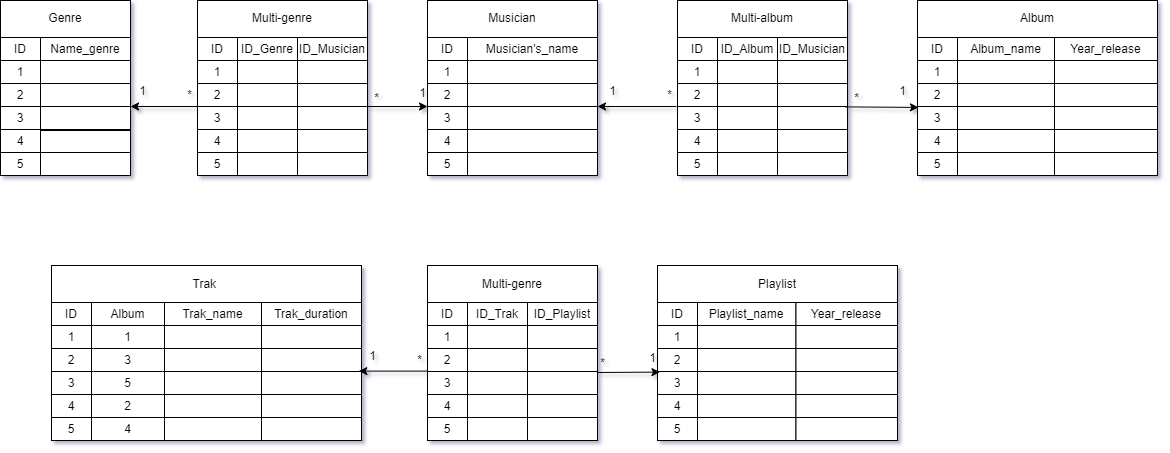
Before: Введение в БД. Типы БД.drawio.png, a diagram exported from draw.io (IvanAleynikov/open_fale). Source tidied: cells renumbered, new cells last; positions are measured from the earlier drawing's top-left corner, leaving out a move shared by most shapes.
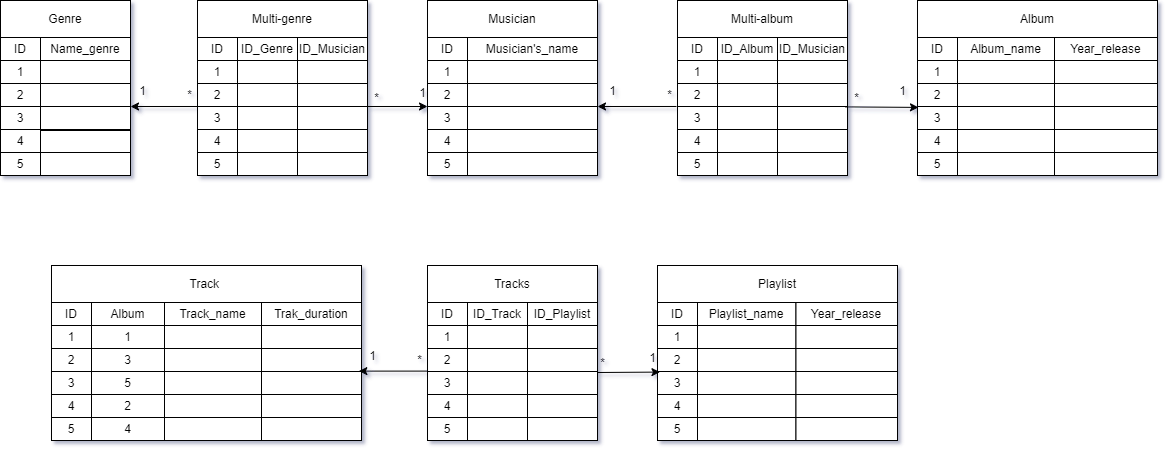
Above is the later version.

Change to the diagram source:
```diff
@@ -101,7 +101,7 @@
     <mxCell id="34" style="rounded=0;whiteSpace=wrap;html=1;" parent="1" vertex="1">
       <mxGeometry x="957" y="152" width="97" height="23" as="geometry" />
     </mxCell>
-    <mxCell id="35" value="Trak&amp;nbsp;" style="rounded=0;whiteSpace=wrap;html=1;" parent="1" vertex="1">
+    <mxCell id="35" value="Track&amp;nbsp;" style="rounded=0;whiteSpace=wrap;html=1;" parent="1" vertex="1">
       <mxGeometry x="51" y="265" width="310" height="37" as="geometry" />
     </mxCell>
     <mxCell id="36" value="ID" style="rounded=0;whiteSpace=wrap;html=1;" parent="1" vertex="1">
@@ -140,7 +140,7 @@
     <mxCell id="47" value="4" style="rounded=0;whiteSpace=wrap;html=1;" parent="1" vertex="1">
       <mxGeometry x="91" y="417" width="73" height="23" as="geometry" />
     </mxCell>
-    <mxCell id="48" value="Trak_name" style="rounded=0;whiteSpace=wrap;html=1;" parent="1" vertex="1">
+    <mxCell id="48" value="Track_name" style="rounded=0;whiteSpace=wrap;html=1;" parent="1" vertex="1">
       <mxGeometry x="164" y="302" width="97" height="23" as="geometry" />
     </mxCell>
     <mxCell id="49" style="rounded=0;whiteSpace=wrap;html=1;" parent="1" vertex="1">
@@ -393,13 +393,13 @@
     <mxCell id="130" style="endArrow=classic;html=1;rounded=0;entryX=1.033;entryY=1.03;entryDx=0;entryDy=0;entryPerimeter=0;exitX=0.132;exitY=0.78;exitDx=0;exitDy=0;exitPerimeter=0;" parent="1" edge="1" source="120" target="121">
       <mxGeometry relative="1" as="geometry" />
     </mxCell>
-    <mxCell id="131" value="Multi-genre" style="rounded=0;whiteSpace=wrap;html=1;" parent="1" vertex="1">
+    <mxCell id="131" value="Tracks" style="rounded=0;whiteSpace=wrap;html=1;" parent="1" vertex="1">
       <mxGeometry x="427" y="265" width="170" height="37" as="geometry" />
     </mxCell>
     <mxCell id="132" value="ID" style="rounded=0;whiteSpace=wrap;html=1;" parent="1" vertex="1">
       <mxGeometry x="427" y="302" width="40" height="23" as="geometry" />
     </mxCell>
-    <mxCell id="133" value="ID_Trak" style="rounded=0;whiteSpace=wrap;html=1;" parent="1" vertex="1">
+    <mxCell id="133" value="ID_Track" style="rounded=0;whiteSpace=wrap;html=1;" parent="1" vertex="1">
       <mxGeometry x="467" y="302" width="60" height="23" as="geometry" />
     </mxCell>
     <mxCell id="134" value="1" style="rounded=0;whiteSpace=wrap;html=1;" parent="1" vertex="1">
```
